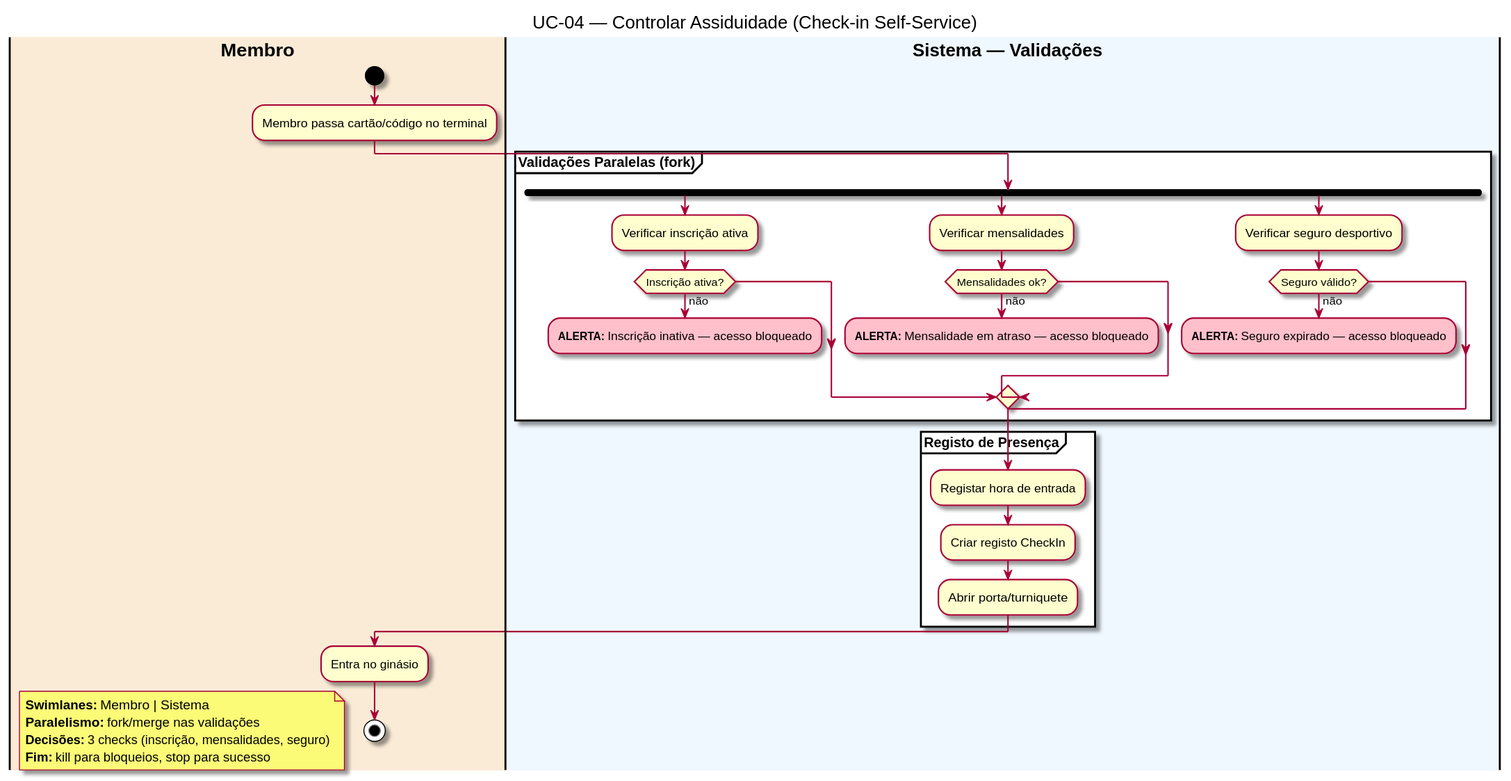
TiagoJacinto/mses-gym-docs keeps this PlantUML diagram as public/diagrams/diagram_0.svg. Above is the earlier version.
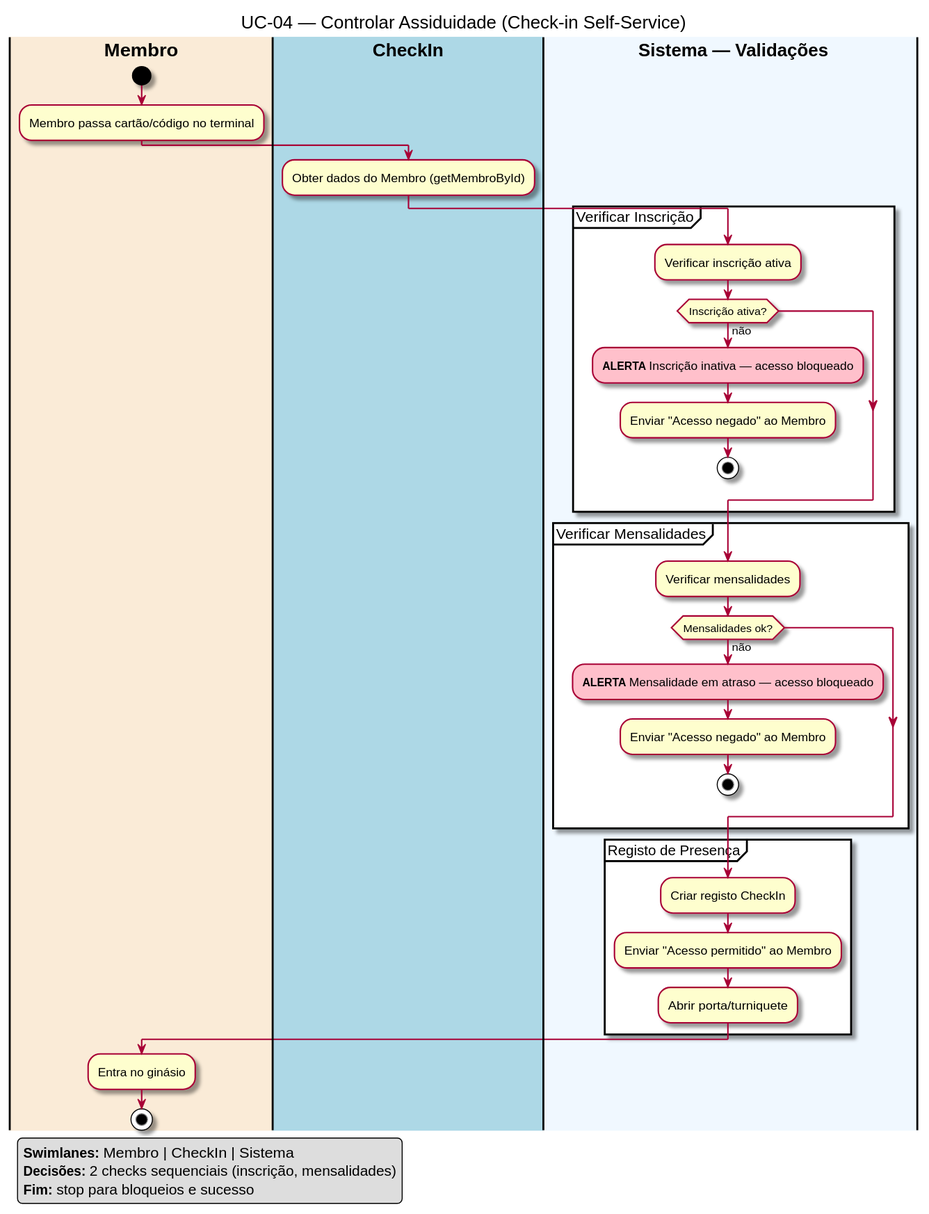
After the commit.

Commit message:
docs: update sequence diagram

What changed in the source:
```diff
@@ -1,49 +1,46 @@
 @startuml
 title UC-04 — Controlar Assiduidade (Check-in Self-Service)
 
-|#AntiqueWhite| **Membro** |
+|#AntiqueWhite|**Membro**|
 start
 :Membro passa cartão/código no terminal;
 
-|#AliceBlue| **Sistema — Validações** |
+|#LightBlue|**CheckIn**|
+:Obter dados do Membro (getMembroById);
 
-partition "**Validações Paralelas (fork)**" {
-    fork
-        :Verificar inscrição ativa;
-        if (Inscrição ativa?) then (não)
-            #pink:**ALERTA:** Inscrição inativa — acesso bloqueado;
-            kill
-        endif
-    fork again
-        :Verificar mensalidades;
-        if (Mensalidades ok?) then (não)
-            #pink:**ALERTA:** Mensalidade em atraso — acesso bloqueado;
-            kill
-        endif
-    fork again
-        :Verificar seguro desportivo;
-        if (Seguro válido?) then (não)
-            #pink:**ALERTA:** Seguro expirado — acesso bloqueado;
-            kill
-        endif
-    end merge
+|#AliceBlue|**Sistema — Validações**|
+partition "Verificar Inscrição" {
+    :Verificar inscrição ativa;
+    if (Inscrição ativa?) then (não)
+        #pink:**ALERTA** Inscrição inativa — acesso bloqueado;
+        :Enviar "Acesso negado" ao Membro;
+        stop
+    endif
 }
 
-partition "**Registo de Presença**" {
-    :Registar hora de entrada;
+partition "Verificar Mensalidades" {
+    :Verificar mensalidades;
+    if (Mensalidades ok?) then (não)
+        #pink:**ALERTA** Mensalidade em atraso — acesso bloqueado;
+        :Enviar "Acesso negado" ao Membro;
+        stop
+    endif
+}
+
+partition "Registo de Presença" {
     :Criar registo CheckIn;
+    :Enviar "Acesso permitido" ao Membro;
     :Abrir porta/turniquete;
 }
 
-|#AntiqueWhite| **Membro** |
+|#AntiqueWhite|**Membro**|
 :Entra no ginásio;
 stop
 
-floating note left
-**Swimlanes:** Membro | Sistema
-**Paralelismo:** fork/merge nas validações
-**Decisões:** 3 checks (inscrição, mensalidades, seguro)
-**Fim:** kill para bloqueios, stop para sucesso
-end note
+legend left
+  **Swimlanes:** Membro | CheckIn | Sistema
+  **Decisões:** 2 checks sequenciais (inscrição, mensalidades)
+  **Fim:** stop para bloqueios e sucesso
+endlegend
 
 @enduml
```
